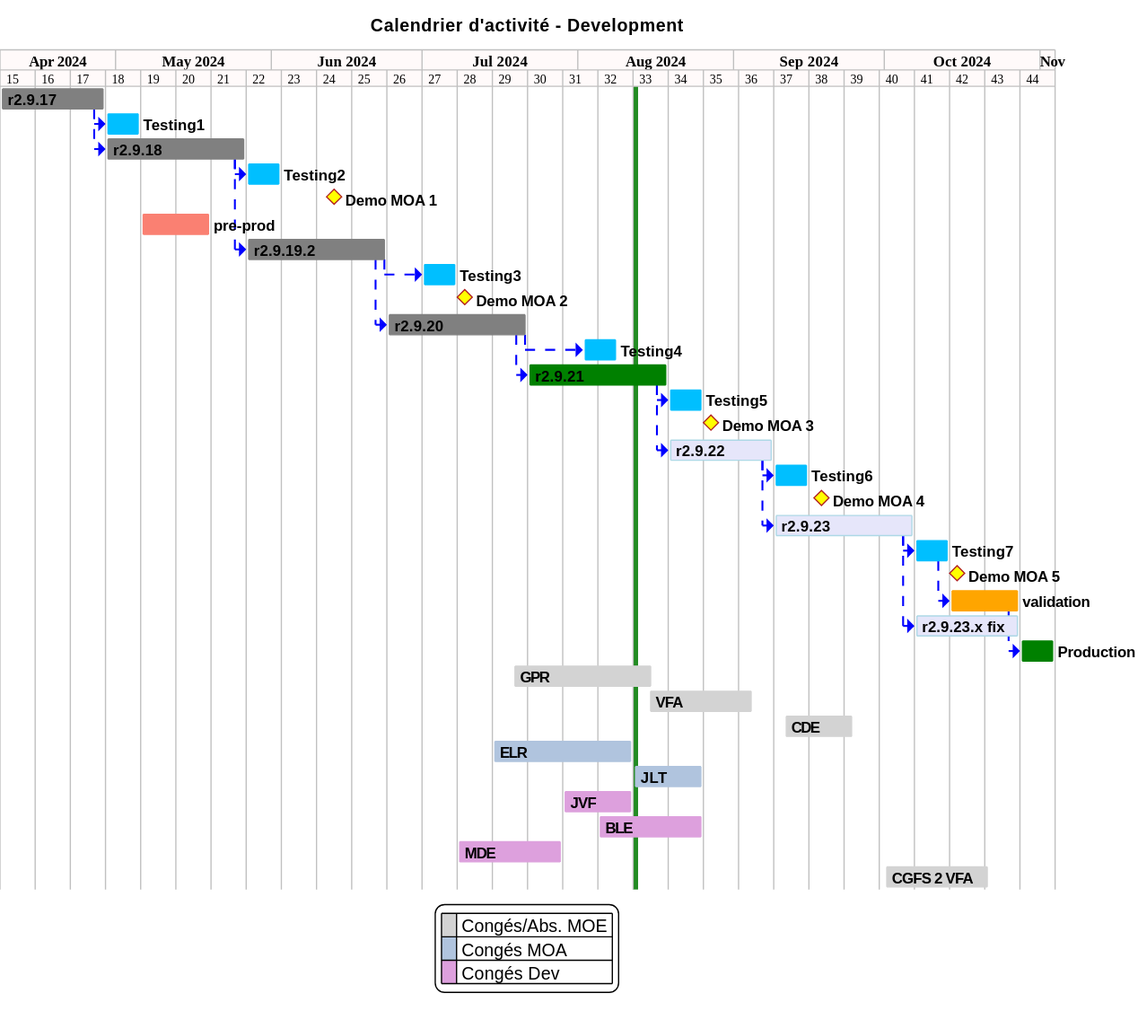
This is projects/activity-calendar/not/images/refonte-activity-calendar-planning-sprints.svg from sumaris-net/sumaris-doc, a PlantUML export, as it was before one commit.
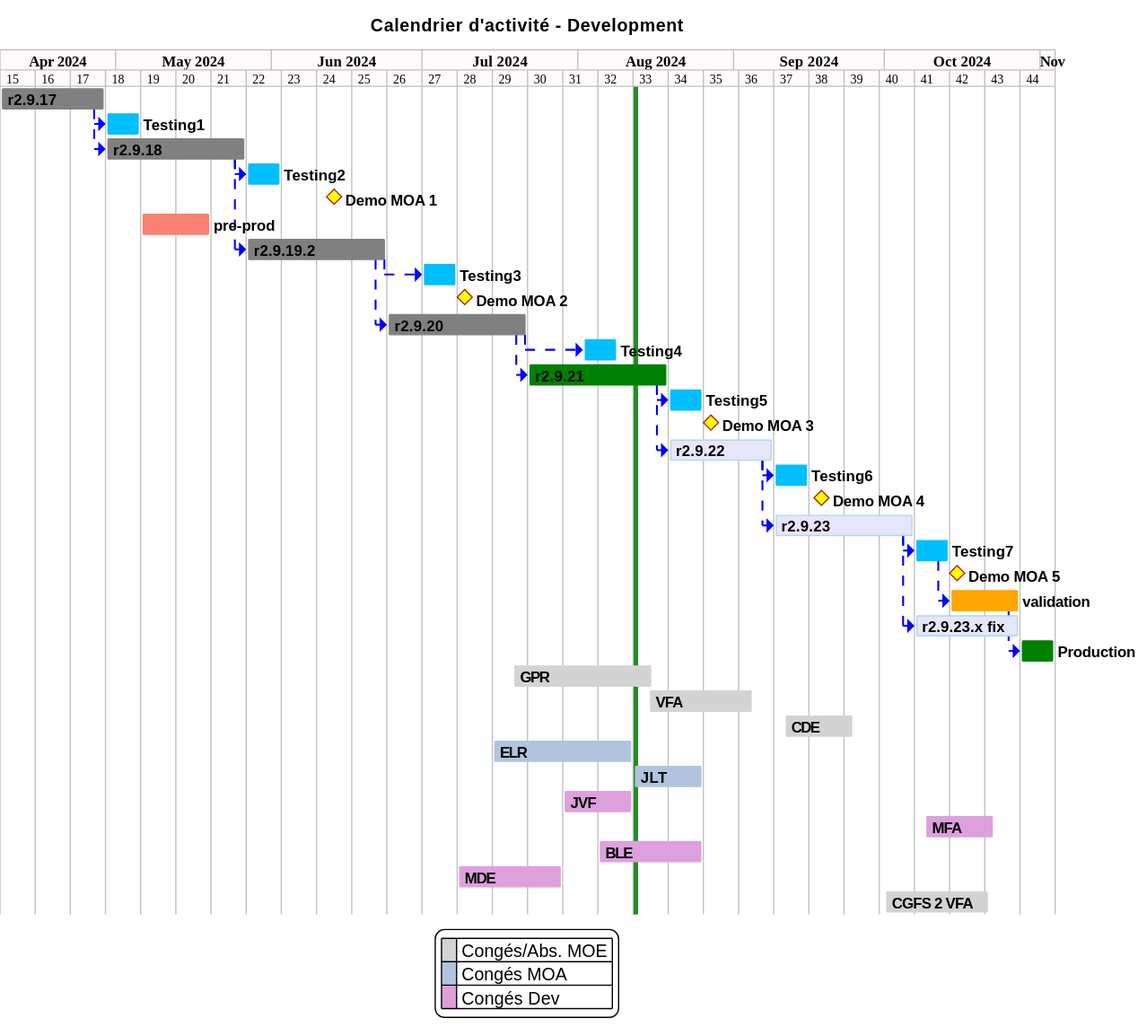
The same diagram one commit later.

Change to the diagram source:
```diff
@@ -151,6 +151,9 @@
 [JVF] as [CONG_JVF] requires 2 week and starts the 29th of July 2024
 [JVF] is colored in plum
 
+[MFA] as [CONG_MFA] requires 2 week and starts the 09th of October 2024
+[MFA] is colored in plum
+
 [BLE] as [CONG_BLE] requires 3 week and starts the 5th of August 2024
 [BLE] is colored in plum
 
```
